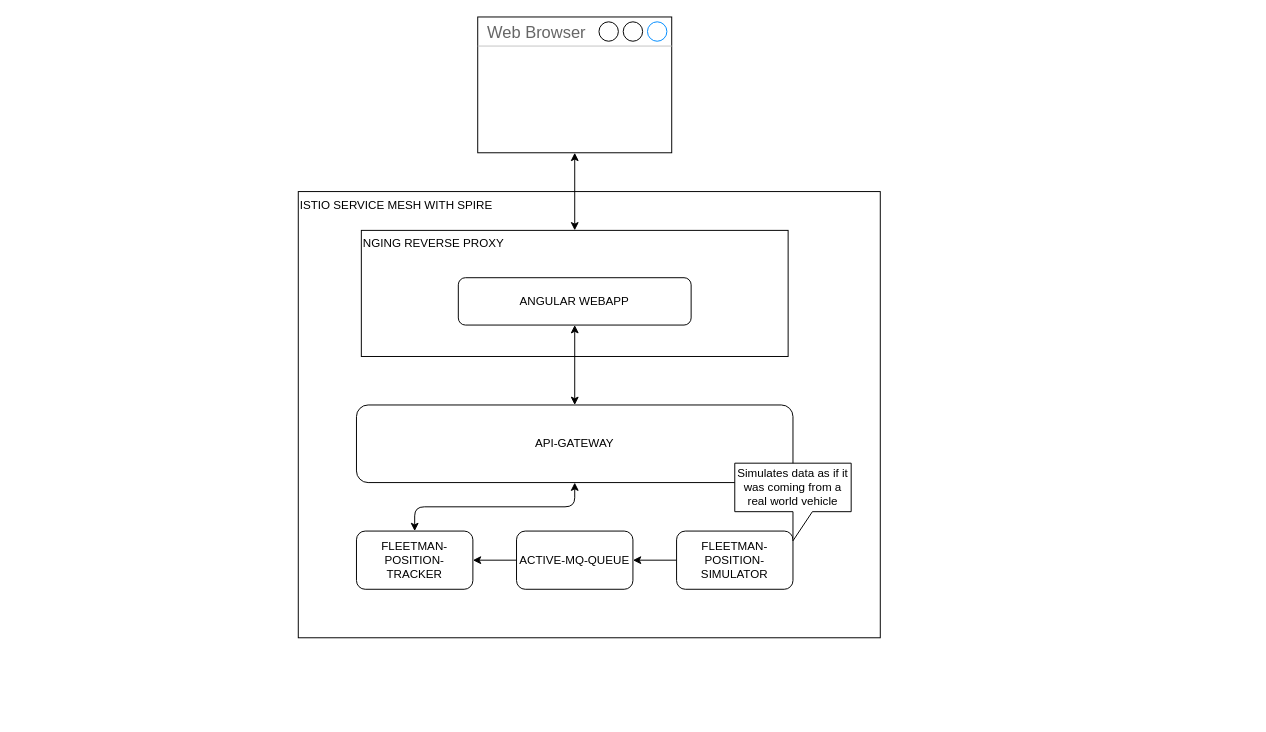
Before: architecture.drawio in WUST-Projects/ITAPP_THU0730_FleetmanVehicleReliabilityandMTTDSystem, a draw.io diagram. Source tidied: cells renumbered, new cells numbered last; positions are measured from the earlier drawing's top-left corner, leaving out a move shared by most shapes. Both pictures are drawn from the tidied source at 97%, with x=0, y=0 at pixel (298, 16). Pictures stored in the file or linked from it are replaced by grey dashed boxes.
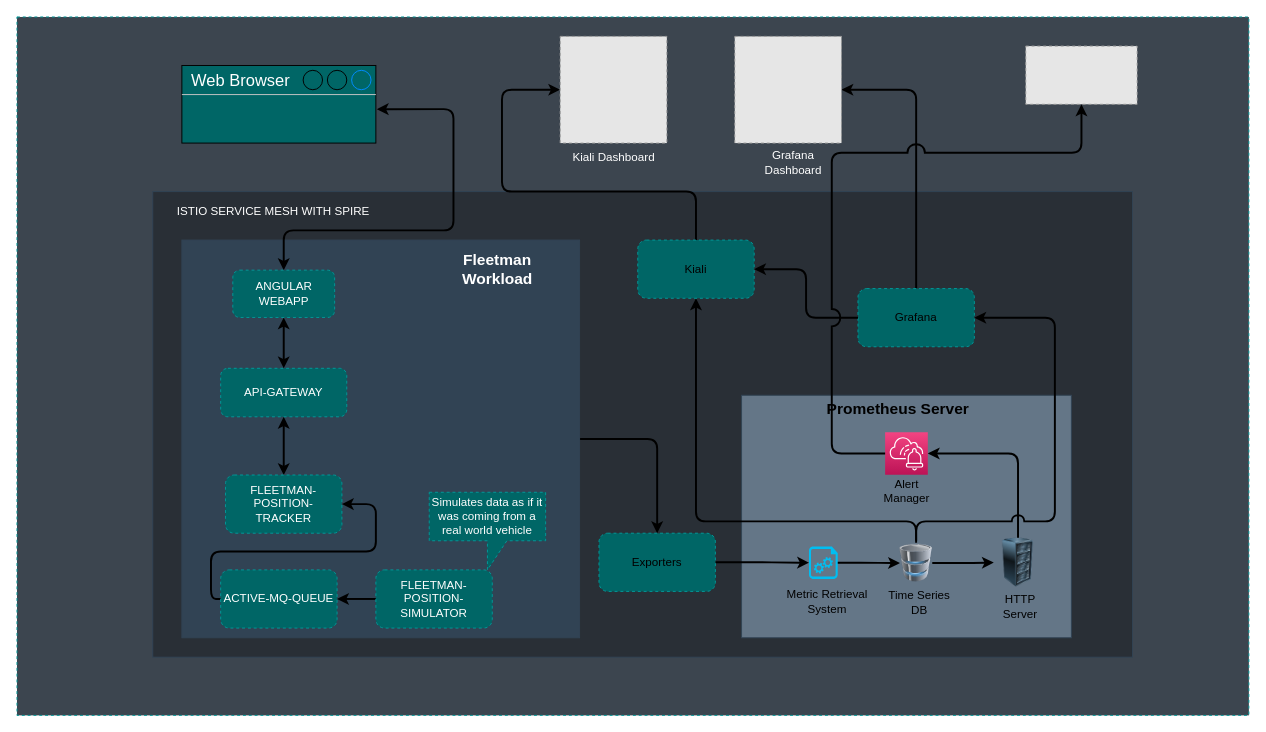
The same diagram, later.

Diff of the diagram source:
```diff
@@
+    <mxCell id="16" style="rounded=0;whiteSpace=wrap;html=1;dashed=1;strokeColor=#009999;strokeWidth=1;fontSize=16;fontColor=#FFFFFF;fillColor=#3C454F;" parent="1" vertex="1">
+      <mxGeometry x="-290" width="1270" height="720" as="geometry" />
+    </mxCell>
-    <mxCell id="2" value="ISTIO SERVICE MESH WITH SPIRE" style="rounded=0;whiteSpace=wrap;html=1;verticalAlign=top;align=left;" parent="1" vertex="1">
-      <mxGeometry y="180" width="600" height="460" as="geometry" />
+    <mxCell id="2" style="rounded=0;whiteSpace=wrap;html=1;verticalAlign=top;align=left;strokeColor=#314354;flowAnimation=1;fillColor=#292F36;fontColor=#ffffff;" parent="1" vertex="1">
+      <mxGeometry x="-150" y="180" width="1010" height="480" as="geometry" />
     </mxCell>
+    <mxCell id="17" style="edgeStyle=orthogonalEdgeStyle;html=1;exitX=1;exitY=0.5;exitDx=0;exitDy=0;entryX=0.5;entryY=0;entryDx=0;entryDy=0;fontSize=12;flowAnimation=1;strokeWidth=2;" parent="1" edge="1" source="18" target="35">
+      <mxGeometry relative="1" as="geometry">
+        <Array as="points">
+          <mxPoint x="370" y="435" />
+        </Array>
+      </mxGeometry>
+    </mxCell>
+    <mxCell id="18" style="rounded=0;whiteSpace=wrap;html=1;fontSize=12;fillColor=#314354;strokeColor=#314354;fontColor=#ffffff;" parent="1" vertex="1">
+      <mxGeometry x="-120" y="230" width="410" height="410" as="geometry" />
+    </mxCell>
-    <mxCell id="3" style="edgeStyle=orthogonalEdgeStyle;html=1;entryX=0.5;entryY=0;entryDx=0;entryDy=0;startArrow=classic;startFill=1;flowAnimation=1;" parent="1" edge="1" source="4" target="12">
-      <mxGeometry relative="1" as="geometry" />
+    <mxCell id="3" style="edgeStyle=orthogonalEdgeStyle;html=1;entryX=0.5;entryY=0;entryDx=0;entryDy=0;startArrow=classic;startFill=1;flowAnimation=1;exitX=1.005;exitY=0.563;exitDx=0;exitDy=0;exitPerimeter=0;strokeWidth=2;" parent="1" edge="1" source="4" target="14">
+      <mxGeometry relative="1" as="geometry">
+        <Array as="points">
+          <mxPoint x="160" y="95" />
+          <mxPoint x="160" y="220" />
+          <mxPoint x="-15" y="220" />
+        </Array>
+      </mxGeometry>
     </mxCell>
-    <mxCell id="4" value="Web Browser" style="strokeWidth=1;shadow=0;dashed=0;align=center;html=1;shape=mxgraph.mockup.containers.window;align=left;verticalAlign=top;spacingLeft=8;strokeColor2=#008cff;strokeColor3=#c4c4c4;fontColor=#666666;mainText=;fontSize=17;labelBackgroundColor=none;" parent="1" vertex="1">
-      <mxGeometry x="185" width="200" height="140" as="geometry" />
+    <mxCell id="4" value="&lt;font color=&quot;#ffffff&quot;&gt;Web Browser&lt;/font&gt;" style="strokeWidth=1;shadow=0;dashed=0;align=center;html=1;shape=mxgraph.mockup.containers.window;align=left;verticalAlign=top;spacingLeft=8;strokeColor2=#008cff;strokeColor3=#c4c4c4;fontColor=#666666;mainText=;fontSize=17;labelBackgroundColor=none;fillColor=#006666;" parent="1" vertex="1">
+      <mxGeometry x="-120" y="50" width="200" height="80" as="geometry" />
     </mxCell>
-    <mxCell id="5" style="edgeStyle=orthogonalEdgeStyle;html=1;exitX=0.5;exitY=1;exitDx=0;exitDy=0;startArrow=classic;startFill=1;flowAnimation=1;" parent="1" edge="1" source="6" target="8">
+    <mxCell id="5" style="edgeStyle=orthogonalEdgeStyle;html=1;exitX=0.5;exitY=1;exitDx=0;exitDy=0;startArrow=classic;startFill=1;flowAnimation=1;strokeWidth=2;" parent="1" edge="1" source="6" target="8">
       <mxGeometry relative="1" as="geometry" />
     </mxCell>
-    <mxCell id="6" value="API-GATEWAY" style="rounded=1;whiteSpace=wrap;html=1;" parent="1" vertex="1">
-      <mxGeometry x="60" y="400" width="450" height="80" as="geometry" />
+    <mxCell id="6" value="API-GATEWAY" style="rounded=1;whiteSpace=wrap;html=1;fillColor=#006666;fontColor=#ffffff;strokeColor=#009999;dashed=1;" parent="1" vertex="1">
+      <mxGeometry x="-80" y="362.2" width="130" height="50" as="geometry" />
     </mxCell>
-    <mxCell id="7" style="edgeStyle=orthogonalEdgeStyle;html=1;exitX=1;exitY=0.5;exitDx=0;exitDy=0;entryX=0;entryY=0.5;entryDx=0;entryDy=0;endArrow=none;endFill=0;startArrow=classic;startFill=1;flowAnimation=1;" parent="1" edge="1" source="8" target="11">
-      <mxGeometry relative="1" as="geometry" />
+    <mxCell id="7" style="edgeStyle=orthogonalEdgeStyle;html=1;exitX=1;exitY=0.5;exitDx=0;exitDy=0;entryX=0;entryY=0.5;entryDx=0;entryDy=0;endArrow=none;endFill=0;startArrow=classic;startFill=1;flowAnimation=1;strokeWidth=2;" parent="1" edge="1" source="8" target="11">
+      <mxGeometry relative="1" as="geometry">
+        <Array as="points">
+          <mxPoint x="80" y="502" />
+          <mxPoint x="80" y="551" />
+          <mxPoint x="-90" y="551" />
+          <mxPoint x="-90" y="600" />
+        </Array>
+      </mxGeometry>
     </mxCell>
-    <mxCell id="8" value="FLEETMAN-POSITION-TRACKER" style="rounded=1;whiteSpace=wrap;html=1;" parent="1" vertex="1">
-      <mxGeometry x="60" y="530" width="120" height="60" as="geometry" />
+    <mxCell id="8" value="FLEETMAN-POSITION-TRACKER" style="rounded=1;whiteSpace=wrap;html=1;fillColor=#006666;fontColor=#ffffff;strokeColor=#009999;dashed=1;" parent="1" vertex="1">
+      <mxGeometry x="-75" y="472.2" width="120" height="60" as="geometry" />
     </mxCell>
-    <mxCell id="9" style="edgeStyle=orthogonalEdgeStyle;html=1;entryX=1;entryY=0.5;entryDx=0;entryDy=0;flowAnimation=1;" parent="1" edge="1" source="10" target="11">
+    <mxCell id="9" style="edgeStyle=orthogonalEdgeStyle;html=1;entryX=1;entryY=0.5;entryDx=0;entryDy=0;flowAnimation=1;strokeWidth=2;" parent="1" edge="1" source="10" target="11">
       <mxGeometry relative="1" as="geometry" />
     </mxCell>
-    <mxCell id="10" value="FLEETMAN-POSITION-SIMULATOR" style="rounded=1;whiteSpace=wrap;html=1;" parent="1" vertex="1">
-      <mxGeometry x="390" y="530" width="120" height="60" as="geometry" />
+    <mxCell id="10" value="FLEETMAN-POSITION-SIMULATOR" style="rounded=1;whiteSpace=wrap;html=1;fillColor=#006666;fontColor=#ffffff;strokeColor=#009999;dashed=1;" parent="1" vertex="1">
+      <mxGeometry x="80" y="570" width="120" height="60" as="geometry" />
     </mxCell>
-    <mxCell id="11" value="ACTIVE-MQ-QUEUE" style="rounded=1;whiteSpace=wrap;html=1;" parent="1" vertex="1">
-      <mxGeometry x="225" y="530" width="120" height="60" as="geometry" />
+    <mxCell id="11" value="ACTIVE-MQ-QUEUE" style="rounded=1;whiteSpace=wrap;html=1;fillColor=#006666;fontColor=#ffffff;strokeColor=#009999;dashed=1;" parent="1" vertex="1">
+      <mxGeometry x="-80" y="570" width="120" height="60" as="geometry" />
     </mxCell>
-    <mxCell id="12" value="NGING REVERSE PROXY" style="rounded=0;whiteSpace=wrap;html=1;verticalAlign=top;align=left;" parent="1" vertex="1">
-      <mxGeometry x="65" y="220" width="440" height="130" as="geometry" />
-    </mxCell>
-    <mxCell id="13" style="edgeStyle=orthogonalEdgeStyle;html=1;entryX=0.5;entryY=0;entryDx=0;entryDy=0;startArrow=classic;startFill=1;flowAnimation=1;" parent="1" edge="1" source="14" target="6">
+    <mxCell id="13" style="edgeStyle=orthogonalEdgeStyle;html=1;entryX=0.5;entryY=0;entryDx=0;entryDy=0;startArrow=classic;startFill=1;flowAnimation=1;strokeWidth=2;" parent="1" edge="1" source="14" target="6">
       <mxGeometry relative="1" as="geometry" />
     </mxCell>
-    <mxCell id="14" value="ANGULAR WEBAPP" style="rounded=1;whiteSpace=wrap;html=1;" parent="1" vertex="1">
-      <mxGeometry x="165" y="268.8" width="240" height="48.8" as="geometry" />
+    <mxCell id="14" value="ANGULAR WEBAPP" style="rounded=1;whiteSpace=wrap;html=1;fillColor=#006666;fontColor=#ffffff;strokeColor=#009999;dashed=1;" parent="1" vertex="1">
+      <mxGeometry x="-67.5" y="261" width="105" height="48.8" as="geometry" />
     </mxCell>
-    <mxCell id="15" value="Simulates data as if it was coming from a real world vehicle" style="shape=callout;whiteSpace=wrap;html=1;perimeter=calloutPerimeter;rounded=0;" parent="1" vertex="1">
-      <mxGeometry x="450" y="460" width="120" height="80" as="geometry" />
+    <mxCell id="15" value="Simulates data as if it was coming from a real world vehicle" style="shape=callout;whiteSpace=wrap;html=1;perimeter=calloutPerimeter;rounded=0;fillColor=#006666;fontColor=#ffffff;strokeColor=#009999;dashed=1;" parent="1" vertex="1">
+      <mxGeometry x="135" y="490" width="120" height="80" as="geometry" />
     </mxCell>
+    <mxCell id="19" style="rounded=0;whiteSpace=wrap;html=1;fillColor=#647687;strokeColor=#314354;fontColor=#ffffff;" parent="1" vertex="1">
+      <mxGeometry x="457" y="390" width="340" height="250" as="geometry" />
+    </mxCell>
+    <mxCell id="20" value="&lt;b&gt;&lt;font style=&quot;font-size: 16px;&quot;&gt;Prometheus Server&lt;/font&gt;&lt;/b&gt;" style="text;html=1;align=center;verticalAlign=middle;strokeColor=none;fillColor=none;" parent="1" vertex="1">
+      <mxGeometry x="533" y="389.2" width="170" height="30" as="geometry" />
+    </mxCell>
+    <mxCell id="21" style="fillColor=#E6E6E6;strokeColor=#999999;dashed=1;verticalLabelPosition=bottom;labelBackgroundColor=default;verticalAlign=top;" parent="1" vertex="1">
+      <mxGeometry x="750" y="30" width="114.8" height="60" as="geometry" />
+    </mxCell>
+    <mxCell id="22" style="group;" parent="1" vertex="1">
+      <mxGeometry x="717" y="537" width="50" height="80" as="geometry" />
+    </mxCell>
+    <mxCell id="23" style="image;html=1;image=img/lib/clip_art/computers/Server_Rack_128x128.png;fillColor=default;" parent="22" vertex="1">
+      <mxGeometry width="50" height="50.9" as="geometry" />
+    </mxCell>
+    <mxCell id="24" value="HTTP&lt;br&gt;Server" style="text;html=1;align=center;verticalAlign=middle;strokeColor=none;fillColor=none;" parent="22" vertex="1">
+      <mxGeometry x="-2.9" y="50.9" width="60" height="40" as="geometry" />
+    </mxCell>
+    <mxCell id="25" style="group;" parent="1" vertex="1">
+      <mxGeometry x="607" y="542" width="60" height="70" as="geometry" />
+    </mxCell>
+    <mxCell id="26" style="image;html=1;image=img/lib/clip_art/computers/Database_128x128.png;fillColor=default;" parent="25" vertex="1">
+      <mxGeometry x="13.3" width="33.3" height="42" as="geometry" />
+    </mxCell>
+    <mxCell id="27" value="Time Series&lt;br&gt;DB" style="text;html=1;align=center;verticalAlign=middle;strokeColor=none;fillColor=none;" parent="25" vertex="1">
+      <mxGeometry x="-12" y="42" width="90" height="40" as="geometry" />
+    </mxCell>
+    <mxCell id="28" style="group;" parent="1" vertex="1">
+      <mxGeometry x="490" y="546" width="110" height="77.3" as="geometry" />
+    </mxCell>
+    <mxCell id="29" style="verticalLabelPosition=bottom;html=1;verticalAlign=top;align=center;strokeColor=none;fillColor=#00BEF2;shape=mxgraph.azure.startup_task;" parent="28" vertex="1">
+      <mxGeometry x="36.5" width="29.7" height="33.3" as="geometry" />
+    </mxCell>
+    <mxCell id="30" value="Metric Retrieval&lt;br&gt;System" style="text;html=1;align=center;verticalAlign=middle;strokeColor=none;fillColor=none;" parent="28" vertex="1">
+      <mxGeometry y="37.3" width="110" height="40" as="geometry" />
+    </mxCell>
+    <mxCell id="31" style="group;" parent="1" vertex="1">
+      <mxGeometry x="592" y="428" width="70" height="81.3" as="geometry" />
+    </mxCell>
+    <mxCell id="32" style="sketch=0;points=[[0,0,0],[0.25,0,0],[0.5,0,0],[0.75,0,0],[1,0,0],[0,1,0],[0.25,1,0],[0.5,1,0],[0.75,1,0],[1,1,0],[0,0.25,0],[0,0.5,0],[0,0.75,0],[1,0.25,0],[1,0.5,0],[1,0.75,0]];points=[[0,0,0],[0.25,0,0],[0.5,0,0],[0.75,0,0],[1,0,0],[0,1,0],[0.25,1,0],[0.5,1,0],[0.75,1,0],[1,1,0],[0,0.25,0],[0,0.5,0],[0,0.75,0],[1,0.25,0],[1,0.5,0],[1,0.75,0]];outlineConnect=0;fontColor=#232F3E;gradientColor=#F34482;gradientDirection=north;fillColor=#BC1356;strokeColor=#ffffff;dashed=0;verticalLabelPosition=bottom;verticalAlign=top;align=center;html=1;fontSize=12;fontStyle=0;shape=mxgraph.aws4.resourceIcon;resIcon=mxgraph.aws4.systems_manager_incident_manager;" parent="31" vertex="1">
+      <mxGeometry x="13" width="44" height="44" as="geometry" />
+    </mxCell>
+    <mxCell id="33" value="Alert&lt;br&gt;Manager" style="text;html=1;align=center;verticalAlign=middle;strokeColor=none;fillColor=none;" parent="31" vertex="1">
+      <mxGeometry y="41.3" width="70" height="40" as="geometry" />
+    </mxCell>
+    <mxCell id="34" style="edgeStyle=orthogonalEdgeStyle;html=1;exitX=1;exitY=0.5;exitDx=0;exitDy=0;entryX=0;entryY=0.5;entryDx=0;entryDy=0;entryPerimeter=0;fontSize=12;flowAnimation=1;strokeWidth=2;" parent="1" edge="1" source="35" target="29">
+      <mxGeometry relative="1" as="geometry" />
+    </mxCell>
+    <mxCell id="35" value="Exporters" style="rounded=1;whiteSpace=wrap;html=1;dashed=1;strokeColor=#009999;strokeWidth=1;fontSize=12;fillColor=#006666;" parent="1" vertex="1">
+      <mxGeometry x="310" y="532.2" width="120" height="60" as="geometry" />
+    </mxCell>
+    <mxCell id="36" style="edgeStyle=orthogonalEdgeStyle;html=1;exitX=1;exitY=0.5;exitDx=0;exitDy=0;exitPerimeter=0;entryX=0;entryY=0.5;entryDx=0;entryDy=0;fontSize=12;flowAnimation=1;strokeWidth=2;" parent="1" edge="1" source="29" target="26">
+      <mxGeometry relative="1" as="geometry" />
+    </mxCell>
+    <mxCell id="37" style="edgeStyle=orthogonalEdgeStyle;html=1;exitX=1;exitY=0.5;exitDx=0;exitDy=0;entryX=0;entryY=0.5;entryDx=0;entryDy=0;fontSize=12;flowAnimation=1;strokeWidth=2;" parent="1" edge="1" source="26" target="23">
+      <mxGeometry relative="1" as="geometry" />
+    </mxCell>
+    <mxCell id="38" style="edgeStyle=orthogonalEdgeStyle;html=1;exitX=0.5;exitY=0;exitDx=0;exitDy=0;entryX=1;entryY=0.5;entryDx=0;entryDy=0;entryPerimeter=0;fontSize=12;flowAnimation=1;strokeWidth=2;noJump=0;" parent="1" edge="1" source="23" target="32">
+      <mxGeometry relative="1" as="geometry" />
+    </mxCell>
+    <mxCell id="39" style="edgeStyle=orthogonalEdgeStyle;jumpStyle=arc;jumpSize=6;html=1;exitX=0.5;exitY=0;exitDx=0;exitDy=0;entryX=1;entryY=0.5;entryDx=0;entryDy=0;strokeWidth=2;fontSize=12;fontColor=#FFFFFF;flowAnimation=1;" parent="1" edge="1" source="40" target="49">
+      <mxGeometry relative="1" as="geometry" />
+    </mxCell>
+    <mxCell id="40" value="Grafana" style="rounded=1;whiteSpace=wrap;html=1;dashed=1;strokeColor=#009999;strokeWidth=1;fontSize=12;fillColor=#006666;" parent="1" vertex="1">
+      <mxGeometry x="577" y="280" width="120" height="60" as="geometry" />
+    </mxCell>
+    <mxCell id="41" style="edgeStyle=orthogonalEdgeStyle;html=1;exitX=0.5;exitY=1;exitDx=0;exitDy=0;entryX=0.5;entryY=0;entryDx=0;entryDy=0;strokeWidth=2;fontSize=12;fontColor=#FFFFFF;flowAnimation=1;endArrow=none;endFill=0;startArrow=classic;startFill=1;" parent="1" edge="1" source="44" target="26">
+      <mxGeometry relative="1" as="geometry">
+        <Array as="points">
+          <mxPoint x="410" y="520" />
+          <mxPoint x="637" y="520" />
+        </Array>
+      </mxGeometry>
+    </mxCell>
+    <mxCell id="42" style="edgeStyle=orthogonalEdgeStyle;html=1;exitX=1;exitY=0.5;exitDx=0;exitDy=0;entryX=0;entryY=0.5;entryDx=0;entryDy=0;strokeWidth=2;fontSize=12;fontColor=#FFFFFF;flowAnimation=1;endArrow=none;endFill=0;startArrow=classic;startFill=1;" parent="1" edge="1" source="44" target="40">
+      <mxGeometry relative="1" as="geometry" />
+    </mxCell>
+    <mxCell id="43" style="edgeStyle=orthogonalEdgeStyle;jumpStyle=arc;jumpSize=6;html=1;exitX=0.5;exitY=0;exitDx=0;exitDy=0;entryX=0;entryY=0.5;entryDx=0;entryDy=0;strokeWidth=2;fontSize=12;fontColor=#FFFFFF;flowAnimation=1;" parent="1" edge="1" source="44" target="46">
+      <mxGeometry relative="1" as="geometry">
+        <Array as="points">
+          <mxPoint x="410" y="180" />
+          <mxPoint x="210" y="180" />
+          <mxPoint x="210" y="75" />
+        </Array>
+      </mxGeometry>
+    </mxCell>
+    <mxCell id="44" value="Kiali" style="rounded=1;whiteSpace=wrap;html=1;dashed=1;strokeColor=#009999;strokeWidth=1;fontSize=12;fillColor=#006666;" parent="1" vertex="1">
+      <mxGeometry x="350" y="230" width="120" height="60" as="geometry" />
+    </mxCell>
+    <mxCell id="45" style="edgeStyle=orthogonalEdgeStyle;html=1;exitX=1;exitY=0.5;exitDx=0;exitDy=0;strokeWidth=2;fontSize=12;fontColor=#FFFFFF;noJump=0;jumpStyle=arc;jumpSize=11;flowAnimation=1;endArrow=none;endFill=0;startArrow=classic;startFill=1;" parent="1" edge="1" source="40">
+      <mxGeometry relative="1" as="geometry">
+        <mxPoint x="637" y="540" as="targetPoint" />
+        <Array as="points">
+          <mxPoint x="780" y="310" />
+          <mxPoint x="780" y="520" />
+          <mxPoint x="637" y="520" />
+        </Array>
+      </mxGeometry>
+    </mxCell>
+    <mxCell id="46" style="fillColor=#E6E6E6;strokeColor=#999999;dashed=1;verticalLabelPosition=bottom;labelBackgroundColor=default;verticalAlign=top;" parent="1" vertex="1">
+      <mxGeometry x="270" y="20" width="110" height="110" as="geometry" />
+    </mxCell>
+    <mxCell id="47" value="Kiali Dashboard" style="text;html=1;align=center;verticalAlign=middle;strokeColor=none;fillColor=none;fontSize=12;fontColor=#FFFFFF;" parent="1" vertex="1">
+      <mxGeometry x="270" y="130" width="110" height="30" as="geometry" />
+    </mxCell>
+    <mxCell id="48" style="edgeStyle=orthogonalEdgeStyle;html=1;entryX=0.5;entryY=1;entryDx=0;entryDy=0;fontSize=12;flowAnimation=1;strokeWidth=2;exitX=0;exitY=0.5;exitDx=0;exitDy=0;exitPerimeter=0;jumpStyle=arc;jumpSize=16;" parent="1" edge="1" source="32" target="21">
+      <mxGeometry relative="1" as="geometry">
+        <Array as="points">
+          <mxPoint x="550" y="450" />
+          <mxPoint x="550" y="140" />
+          <mxPoint x="807" y="140" />
+        </Array>
+      </mxGeometry>
+    </mxCell>
+    <mxCell id="49" style="fillColor=#E6E6E6;strokeColor=#999999;dashed=1;verticalLabelPosition=bottom;labelBackgroundColor=default;verticalAlign=top;" parent="1" vertex="1">
+      <mxGeometry x="450" y="20" width="110" height="110" as="geometry" />
+    </mxCell>
+    <mxCell id="50" value="Grafana&lt;br&gt;Dashboard" style="text;html=1;align=center;verticalAlign=middle;strokeColor=none;fillColor=none;fontSize=12;fontColor=#FFFFFF;" parent="1" vertex="1">
+      <mxGeometry x="470" y="130" width="80" height="40" as="geometry" />
+    </mxCell>
+    <mxCell id="51" value="&lt;font style=&quot;font-size: 16px;&quot;&gt;&lt;b&gt;Fleetman &lt;br style=&quot;&quot;&gt;Workload&lt;/b&gt;&lt;/font&gt;" style="text;html=1;align=center;verticalAlign=middle;strokeColor=none;fillColor=none;fontSize=12;fontColor=#FFFFFF;" parent="1" vertex="1">
+      <mxGeometry x="155" y="235" width="100" height="50" as="geometry" />
+    </mxCell>
+    <mxCell id="52" value="&lt;span style=&quot;font-size: 12px; text-align: left;&quot;&gt;ISTIO SERVICE MESH WITH SPIRE&lt;/span&gt;" style="text;html=1;align=center;verticalAlign=middle;strokeColor=none;fillColor=none;fontSize=16;fontColor=#FFFFFF;" parent="1" vertex="1">
+      <mxGeometry x="-136" y="184" width="220" height="30" as="geometry" />
+    </mxCell>
```
